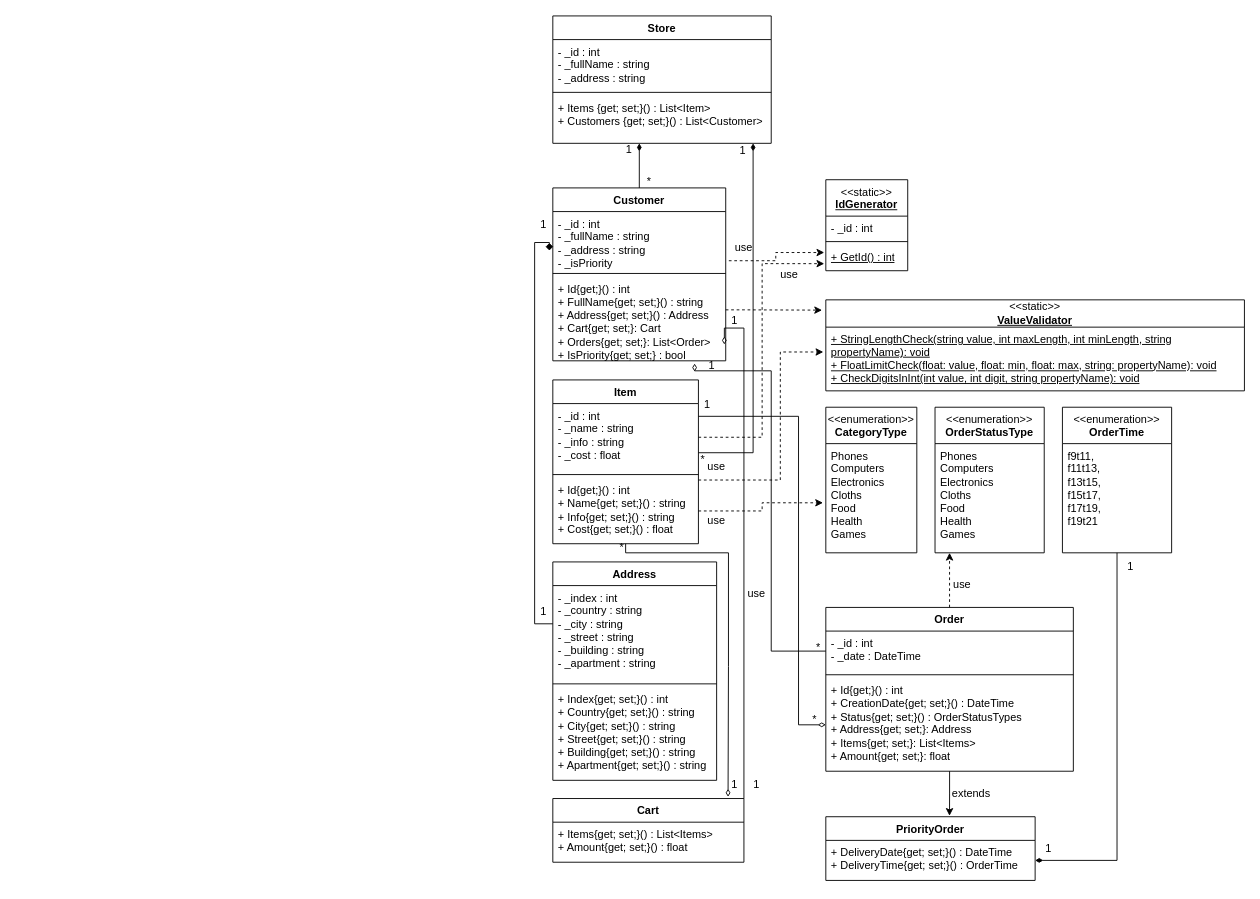
The draw.io diagram oop-winform/Diagram.drawio in antoniocra04/oop-winform, before the edit. Source tidied: cells renumbered, new cells numbered last; positions are measured from the earlier drawing's top-left corner, leaving out a move shared by most shapes. Both pictures are drawn from the tidied source at 91%, with x=0, y=0 at pixel (516, 15).
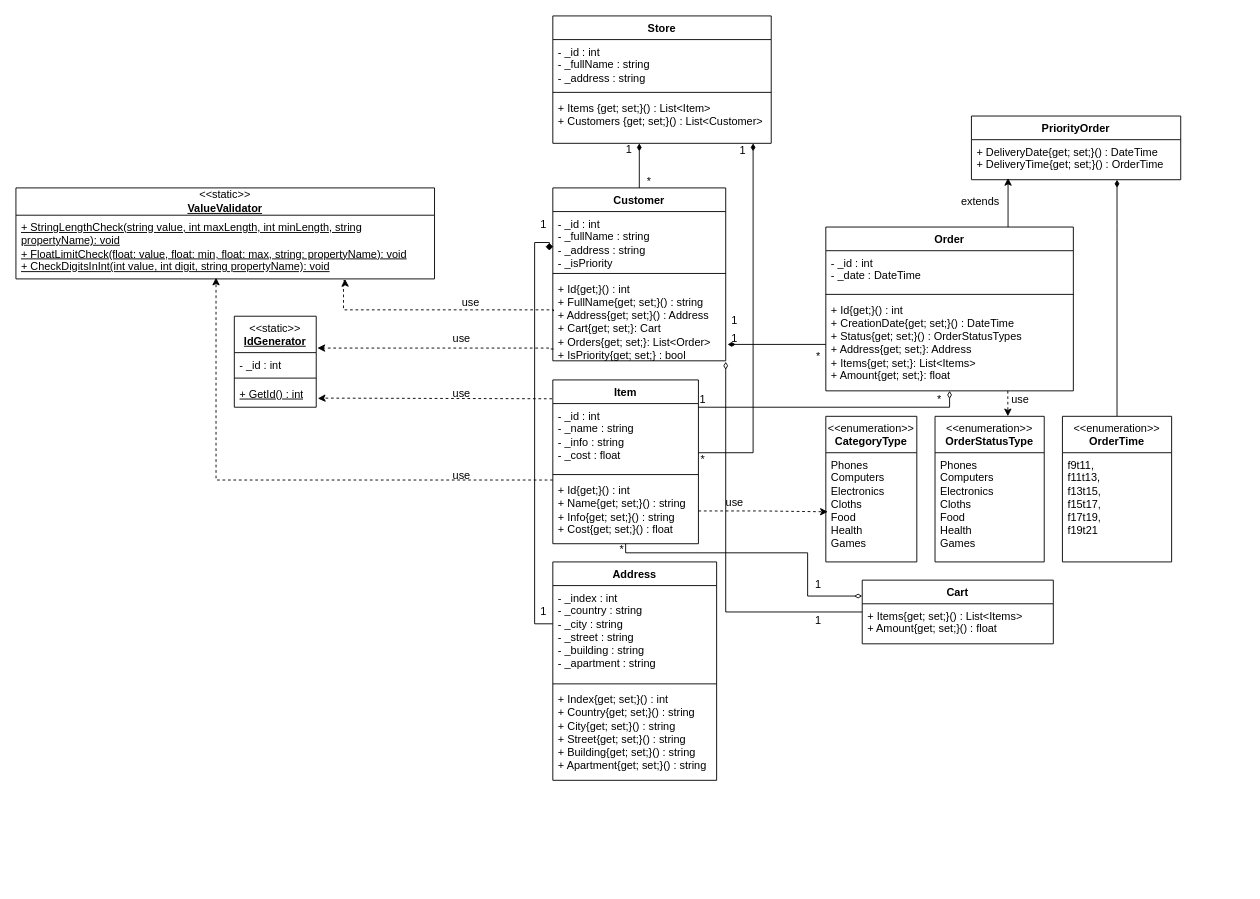
After the change.

Commit message (it also covers changes not shown here):
fix(sln, diagram): исправил замечания, оптимизировал диаграму

The change refers to these unchanged cells:
```xml
<mxCell id="3" value="- _id : int&lt;br&gt;- _fullName : string&lt;br&gt;- _address : string&lt;div&gt;- _isPriority&lt;br&gt;&lt;/div&gt;" style="text;strokeColor=none;fillColor=none;align=left;verticalAlign=top;spacingLeft=4;spacingRight=4;overflow=hidden;points=[[0,0.5],[1,0.5]];portConstraint=eastwest;whiteSpace=wrap;html=1;" parent="2" vertex="1">
  <mxGeometry y="26" width="190" height="64" as="geometry" />
</mxCell>
<mxCell id="5" value="+ Id{get;}() : int&lt;br&gt;+ FullName{get; set;}() : string&lt;br&gt;+ Address{get; set;}() : Address&lt;div&gt;+ Cart{get; set;}: Cart&lt;/div&gt;&lt;div&gt;+ Orders{get; set;}: List&amp;lt;Order&amp;gt;&lt;/div&gt;&lt;div&gt;+ IsPriority{get; set;} : bool&lt;br&gt;&lt;/div&gt;" style="text;strokeColor=none;fillColor=none;align=left;verticalAlign=top;spacingLeft=4;spacingRight=4;overflow=hidden;points=[[0,0.5],[1,0.5]];portConstraint=eastwest;whiteSpace=wrap;html=1;" parent="2" vertex="1">
  <mxGeometry y="98" width="190" height="92" as="geometry" />
</mxCell>
<mxCell id="6" value="Item" style="swimlane;fontStyle=1;align=center;verticalAlign=top;horizontal=1;startSize=26;whiteSpace=wrap;html=1;" parent="1" vertex="1">
  <mxGeometry x="40" y="400" width="160" height="180" as="geometry" />
</mxCell>
<mxCell id="7" value="- _id : int&lt;br&gt;- _name : string&lt;br&gt;- _info : string&lt;br&gt;- _cost : float" style="text;strokeColor=none;fillColor=none;align=left;verticalAlign=top;spacingLeft=4;spacingRight=4;overflow=hidden;points=[[0,0.5],[1,0.5]];portConstraint=eastwest;whiteSpace=wrap;html=1;" parent="6" vertex="1">
  <mxGeometry y="26" width="160" height="74" as="geometry" />
</mxCell>
<mxCell id="9" value="+ Id{get;}() : int&lt;br&gt;+ Name{get; set;}() : string&lt;br&gt;+ Info{get; set;}() : string&lt;br&gt;+ Cost{get; set;}() : float" style="text;strokeColor=none;fillColor=none;align=left;verticalAlign=top;spacingLeft=4;spacingRight=4;overflow=hidden;points=[[0,0.5],[1,0.5]];portConstraint=eastwest;whiteSpace=wrap;html=1;" parent="6" vertex="1">
  <mxGeometry y="108" width="160" height="72" as="geometry" />
</mxCell>
<mxCell id="13" value="&lt;u&gt;+ GetId() : int&lt;/u&gt;" style="text;strokeColor=none;fillColor=none;align=left;verticalAlign=top;spacingLeft=4;spacingRight=4;overflow=hidden;points=[[0,0.5],[1,0.5]];portConstraint=eastwest;whiteSpace=wrap;html=1;" parent="10" vertex="1">
  <mxGeometry y="72" width="90" height="28" as="geometry" />
</mxCell>
<mxCell id="15" value="&lt;div&gt;&lt;u&gt;+ StringLengthCheck(string value, int maxLength, int minLength, string propertyName): void&lt;br&gt;&lt;/u&gt;&lt;/div&gt;&lt;div&gt;&lt;u&gt;+ FloatLimitCheck(float: value, float: min, float: max, string: propertyName): void&lt;br&gt;&lt;/u&gt;&lt;/div&gt;&lt;div&gt;&lt;u&gt;+ CheckDigitsInInt(int value, int digit, string propertyName): void&lt;/u&gt;&lt;br&gt;&lt;/div&gt;" style="text;strokeColor=none;fillColor=none;align=left;verticalAlign=top;spacingLeft=4;spacingRight=4;overflow=hidden;points=[[0,0.5],[1,0.5]];portConstraint=eastwest;whiteSpace=wrap;html=1;" parent="14" vertex="1">
  <mxGeometry y="30" width="460" height="70" as="geometry" />
</mxCell>
<mxCell id="29" value="&lt;div&gt;Phones&lt;/div&gt;&lt;div&gt;Computers&lt;/div&gt;&lt;div&gt;Electronics&lt;/div&gt;&lt;div&gt;Cloths&lt;/div&gt;&lt;div&gt;Food&lt;/div&gt;&lt;div&gt;Health&lt;/div&gt;&lt;div&gt;Games&lt;br&gt;&lt;/div&gt;" style="text;strokeColor=none;fillColor=none;align=left;verticalAlign=top;spacingLeft=4;spacingRight=4;overflow=hidden;points=[[0,0.5],[1,0.5]];portConstraint=eastwest;whiteSpace=wrap;html=1;" parent="28" vertex="1">
  <mxGeometry y="40" width="100" height="120" as="geometry" />
</mxCell>
<mxCell id="48" value="- _id : int&lt;br&gt;- _date : DateTime" style="text;strokeColor=none;fillColor=none;align=left;verticalAlign=top;spacingLeft=4;spacingRight=4;overflow=hidden;points=[[0,0.5],[1,0.5]];portConstraint=eastwest;whiteSpace=wrap;html=1;" parent="47" vertex="1">
  <mxGeometry y="26" width="272" height="44" as="geometry" />
</mxCell>
<mxCell id="50" value="+ Id{get;}() : int&lt;br&gt;+ CreationDate{get; set;}() : DateTime&lt;br&gt;+ Status{get; set;}() : OrderStatusTypes&lt;div&gt;+ Address{get; set;}: Address&lt;/div&gt;&lt;div&gt;+ Items{get; set;}: List&amp;lt;Items&amp;gt;&lt;/div&gt;&lt;div&gt;+ Amount{get; set;}: float&lt;/div&gt;" style="text;strokeColor=none;fillColor=none;align=left;verticalAlign=top;spacingLeft=4;spacingRight=4;overflow=hidden;points=[[0,0.5],[1,0.5]];portConstraint=eastwest;whiteSpace=wrap;html=1;" parent="47" vertex="1">
  <mxGeometry y="78" width="272" height="102" as="geometry" />
</mxCell>
<mxCell id="52" value="&lt;div&gt;Phones&lt;/div&gt;&lt;div&gt;Computers&lt;/div&gt;&lt;div&gt;Electronics&lt;/div&gt;&lt;div&gt;Cloths&lt;/div&gt;&lt;div&gt;Food&lt;/div&gt;&lt;div&gt;Health&lt;/div&gt;&lt;div&gt;Games&lt;br&gt;&lt;/div&gt;" style="text;strokeColor=none;fillColor=none;align=left;verticalAlign=top;spacingLeft=4;spacingRight=4;overflow=hidden;points=[[0,0.5],[1,0.5]];portConstraint=eastwest;whiteSpace=wrap;html=1;" parent="51" vertex="1">
  <mxGeometry y="40" width="120" height="120" as="geometry" />
</mxCell>
<mxCell id="68" value="+ DeliveryDate{get; set;}() : DateTime&lt;br&gt;+ DeliveryTime{get; set;}() : OrderTime" style="text;strokeColor=none;fillColor=none;align=left;verticalAlign=top;spacingLeft=4;spacingRight=4;overflow=hidden;points=[[0,0.5],[1,0.5]];portConstraint=eastwest;whiteSpace=wrap;html=1;" parent="67" vertex="1">
  <mxGeometry y="26" width="230" height="44" as="geometry" />
</mxCell>
```

What changed in the source:
```diff
@@
     <mxCell id="10" value="&lt;span style=&quot;font-weight: normal;&quot;&gt;&amp;lt;&amp;lt;static&amp;gt;&amp;gt;&lt;/span&gt;&lt;br&gt;&lt;u&gt;IdGenerator&lt;/u&gt;" style="swimlane;fontStyle=1;align=center;verticalAlign=top;horizontal=1;startSize=40;whiteSpace=wrap;html=1;" parent="1" vertex="1">
-      <mxGeometry x="340" y="180" width="90" height="100" as="geometry" />
+      <mxGeometry x="-310" y="330" width="90" height="100" as="geometry" />
     </mxCell>
@@
     <mxCell id="14" value="&amp;lt;&amp;lt;static&amp;gt;&amp;gt;&lt;br&gt;&lt;b&gt;&lt;u&gt;ValueValidator&lt;/u&gt;&lt;/b&gt;" style="swimlane;fontStyle=0;horizontal=1;startSize=30;fillColor=none;whiteSpace=wrap;html=1;" parent="1" vertex="1">
-      <mxGeometry x="340" y="312" width="460" height="100" as="geometry" />
+      <mxGeometry x="-550" y="189" width="460" height="100" as="geometry" />
     </mxCell>
@@
-    <mxCell id="16" style="edgeStyle=orthogonalEdgeStyle;rounded=0;jettySize=auto;html=1;entryX=-0.019;entryY=0.286;entryDx=0;entryDy=0;entryPerimeter=0;dashed=1;exitX=1.018;exitY=0.844;exitDx=0;exitDy=0;exitPerimeter=0;" parent="1" edge="1" source="3" target="13">
-      <mxGeometry relative="1" as="geometry" />
+    <mxCell id="16" style="edgeStyle=orthogonalEdgeStyle;rounded=0;jettySize=auto;html=1;entryX=1.014;entryY=0.35;entryDx=0;entryDy=0;entryPerimeter=0;dashed=1;exitX=0.004;exitY=0.859;exitDx=0;exitDy=0;exitPerimeter=0;" parent="1" edge="1" source="5" target="10">
+      <mxGeometry relative="1" as="geometry">
+        <Array as="points">
+          <mxPoint x="36" y="366" />
+          <mxPoint x="-160" y="365" />
+        </Array>
+      </mxGeometry>
     </mxCell>
-    <mxCell id="17" style="edgeStyle=orthogonalEdgeStyle;rounded=0;jettySize=auto;html=1;entryX=-0.009;entryY=0.113;entryDx=0;entryDy=0;entryPerimeter=0;dashed=1;" parent="1" edge="1" source="5" target="14">
+    <mxCell id="17" style="edgeStyle=orthogonalEdgeStyle;rounded=0;jettySize=auto;html=1;entryX=0.786;entryY=1.001;entryDx=0;entryDy=0;entryPerimeter=0;dashed=1;exitX=0.004;exitY=0.406;exitDx=0;exitDy=0;exitPerimeter=0;" parent="1" edge="1" source="5" target="15">
       <mxGeometry relative="1" as="geometry">
         <Array as="points">
-          <mxPoint x="250" y="323" />
-          <mxPoint x="250" y="323" />
+          <mxPoint x="41" y="323" />
+          <mxPoint x="-190" y="323" />
+          <mxPoint x="-190" y="291" />
+          <mxPoint x="-188" y="291" />
         </Array>
       </mxGeometry>
     </mxCell>
-    <mxCell id="18" style="edgeStyle=orthogonalEdgeStyle;rounded=0;jettySize=auto;html=1;entryX=-0.006;entryY=0.39;entryDx=0;entryDy=0;entryPerimeter=0;dashed=1;" parent="1" edge="1" source="9" target="15">
+    <mxCell id="18" style="edgeStyle=orthogonalEdgeStyle;rounded=0;jettySize=auto;html=1;dashed=1;entryX=0.478;entryY=0.98;entryDx=0;entryDy=0;entryPerimeter=0;" parent="1" edge="1" source="9" target="15">
       <mxGeometry relative="1" as="geometry">
         <Array as="points">
-          <mxPoint x="290" y="510" />
-          <mxPoint x="290" y="369" />
+          <mxPoint x="-330" y="510" />
         </Array>
       </mxGeometry>
     </mxCell>
-    <mxCell id="19" style="edgeStyle=orthogonalEdgeStyle;rounded=0;jettySize=auto;html=1;entryX=-0.019;entryY=0.723;entryDx=0;entryDy=0;dashed=1;entryPerimeter=0;" parent="1" edge="1" source="7" target="13">
-      <mxGeometry relative="1" as="geometry" />
+    <mxCell id="19" style="edgeStyle=orthogonalEdgeStyle;rounded=0;jettySize=auto;html=1;entryX=1.019;entryY=0.655;entryDx=0;entryDy=0;dashed=1;entryPerimeter=0;exitX=-0.005;exitY=0.115;exitDx=0;exitDy=0;exitPerimeter=0;" parent="1" edge="1" source="6" target="13">
+      <mxGeometry relative="1" as="geometry">
+        <Array as="points">
+          <mxPoint x="37" y="421" />
+          <mxPoint x="-210" y="420" />
+          <mxPoint x="-210" y="390" />
+        </Array>
+      </mxGeometry>
     </mxCell>
     <mxCell id="20" value="use" style="text;html=1;align=center;verticalAlign=middle;whiteSpace=wrap;rounded=0;" parent="1" vertex="1">
-      <mxGeometry x="190" y="480" width="60" height="30" as="geometry" />
+      <mxGeometry x="-90" y="490" width="60" height="30" as="geometry" />
     </mxCell>
     <mxCell id="21" value="use" style="text;html=1;align=center;verticalAlign=middle;whiteSpace=wrap;rounded=0;" parent="1" vertex="1">
-      <mxGeometry x="220" y="240" width="60" height="30" as="geometry" />
+      <mxGeometry x="-90" y="340" width="60" height="30" as="geometry" />
     </mxCell>
     <mxCell id="22" value="use" style="text;html=1;align=center;verticalAlign=middle;whiteSpace=wrap;rounded=0;" parent="1" vertex="1">
-      <mxGeometry x="270" y="270" width="60" height="30" as="geometry" />
+      <mxGeometry x="-80" y="300" width="60" height="30" as="geometry" />
     </mxCell>
@@
     <mxCell id="28" value="&lt;span style=&quot;font-weight: normal;&quot;&gt;&amp;lt;&amp;lt;enumeration&amp;gt;&amp;gt;&lt;/span&gt;&lt;br&gt;CategoryType" style="swimlane;fontStyle=1;align=center;verticalAlign=top;horizontal=1;startSize=40;whiteSpace=wrap;html=1;" parent="1" vertex="1">
-      <mxGeometry x="340" y="430" width="100" height="160" as="geometry" />
+      <mxGeometry x="340" y="440" width="100" height="160" as="geometry" />
     </mxCell>
@@
-    <mxCell id="31" style="edgeStyle=orthogonalEdgeStyle;rounded=0;jettySize=auto;html=1;entryX=-0.031;entryY=0.542;entryDx=0;entryDy=0;entryPerimeter=0;dashed=1;" parent="1" edge="1" source="9" target="29">
+    <mxCell id="31" style="edgeStyle=orthogonalEdgeStyle;rounded=0;jettySize=auto;html=1;entryX=0.022;entryY=0.541;entryDx=0;entryDy=0;entryPerimeter=0;dashed=1;" parent="1" edge="1" source="9" target="29">
       <mxGeometry relative="1" as="geometry" />
     </mxCell>
     <mxCell id="32" value="use" style="text;html=1;align=center;verticalAlign=middle;whiteSpace=wrap;rounded=0;" parent="1" vertex="1">
-      <mxGeometry x="190" y="540" width="60" height="30" as="geometry" />
+      <mxGeometry x="210" y="520" width="60" height="30" as="geometry" />
     </mxCell>
@@
     <mxCell id="44" value="Cart" style="swimlane;fontStyle=1;align=center;verticalAlign=top;horizontal=1;startSize=26;whiteSpace=wrap;html=1;" parent="1" vertex="1">
-      <mxGeometry x="40" y="860" width="210" height="70" as="geometry" />
+      <mxGeometry x="380" y="620" width="210" height="70" as="geometry" />
     </mxCell>
@@
-    <mxCell id="46" style="edgeStyle=orthogonalEdgeStyle;rounded=0;jettySize=auto;html=1;entryX=0.133;entryY=1;entryDx=0;entryDy=0;entryPerimeter=0;dashed=1;" parent="1" edge="1" source="47" target="52">
-      <mxGeometry relative="1" as="geometry" />
-    </mxCell>
     <mxCell id="47" value="Order" style="swimlane;fontStyle=1;align=center;verticalAlign=top;horizontal=1;startSize=26;whiteSpace=wrap;html=1;" parent="1" vertex="1">
-      <mxGeometry x="340" y="650" width="272" height="180" as="geometry" />
+      <mxGeometry x="340" y="232" width="272" height="180" as="geometry" />
     </mxCell>
@@
     <mxCell id="51" value="&lt;span style=&quot;font-weight: normal;&quot;&gt;&amp;lt;&amp;lt;enumeration&amp;gt;&amp;gt;&lt;/span&gt;&lt;br&gt;OrderStatusType" style="swimlane;fontStyle=1;align=center;verticalAlign=top;horizontal=1;startSize=40;whiteSpace=wrap;html=1;" parent="1" vertex="1">
-      <mxGeometry x="460" y="430" width="120" height="160" as="geometry" />
+      <mxGeometry x="460" y="440" width="120" height="160" as="geometry" />
     </mxCell>
@@
     <mxCell id="53" value="use" style="text;html=1;align=center;verticalAlign=middle;whiteSpace=wrap;rounded=0;" parent="1" vertex="1">
-      <mxGeometry x="460" y="610" width="60" height="30" as="geometry" />
+      <mxGeometry x="524" y="407" width="60" height="30" as="geometry" />
     </mxCell>
     <mxCell id="54" value="use" style="text;html=1;align=center;verticalAlign=middle;whiteSpace=wrap;rounded=0;" parent="1" vertex="1">
-      <mxGeometry x="234" y="620" width="60" height="30" as="geometry" />
+      <mxGeometry x="-90" y="400" width="60" height="30" as="geometry" />
     </mxCell>
@@
     <mxCell id="56" value="1" style="text;html=1;align=center;verticalAlign=middle;whiteSpace=wrap;rounded=0;" parent="1" vertex="1">
-      <mxGeometry x="249" y="830" width="30" height="30" as="geometry" />
+      <mxGeometry x="317" y="610" width="30" height="30" as="geometry" />
     </mxCell>
     <mxCell id="57" value="*" style="text;html=1;align=center;verticalAlign=middle;whiteSpace=wrap;rounded=0;" parent="1" vertex="1">
-      <mxGeometry x="313" y="758" width="30" height="30" as="geometry" />
+      <mxGeometry x="317" y="360" width="30" height="30" as="geometry" />
     </mxCell>
     <mxCell id="58" value="1" style="text;html=1;align=center;verticalAlign=middle;whiteSpace=wrap;rounded=0;" parent="1" vertex="1">
-      <mxGeometry x="195" y="412" width="30" height="30" as="geometry" />
+      <mxGeometry x="190" y="407" width="30" height="30" as="geometry" />
     </mxCell>
     <mxCell id="59" style="edgeStyle=orthogonalEdgeStyle;rounded=0;jettySize=auto;html=1;endArrow=diamondThin;endFill=0;" parent="1" edge="1" source="7" target="50">
       <mxGeometry relative="1" as="geometry">
         <Array as="points">
-          <mxPoint x="310" y="440" />
-          <mxPoint x="310" y="779" />
+          <mxPoint x="476" y="430" />
         </Array>
       </mxGeometry>
     </mxCell>
-    <mxCell id="60" style="edgeStyle=orthogonalEdgeStyle;rounded=0;jettySize=auto;html=1;entryX=0.992;entryY=0.805;entryDx=0;entryDy=0;entryPerimeter=0;endArrow=diamondThin;endFill=0;" parent="1" edge="1" source="44" target="5">
+    <mxCell id="60" style="edgeStyle=orthogonalEdgeStyle;rounded=0;jettySize=auto;html=1;endArrow=diamondThin;endFill=0;" parent="1" edge="1" source="44">
       <mxGeometry relative="1" as="geometry">
+        <mxPoint x="230" y="380" as="targetPoint" />
         <Array as="points">
-          <mxPoint x="250" y="343" />
+          <mxPoint x="230" y="655" />
         </Array>
       </mxGeometry>
     </mxCell>
-    <mxCell id="61" style="edgeStyle=orthogonalEdgeStyle;rounded=0;jettySize=auto;html=1;entryX=0.917;entryY=-0.026;entryDx=0;entryDy=0;entryPerimeter=0;endArrow=diamondThin;endFill=0;" parent="1" edge="1" source="6" target="44">
+    <mxCell id="61" style="edgeStyle=orthogonalEdgeStyle;rounded=0;jettySize=auto;html=1;entryX=0;entryY=0.25;entryDx=0;entryDy=0;endArrow=diamondThin;endFill=0;" parent="1" edge="1" source="6" target="44">
       <mxGeometry relative="1" as="geometry">
         <Array as="points">
           <mxPoint x="120" y="590" />
-          <mxPoint x="233" y="590" />
-          <mxPoint x="233" y="715" />
-          <mxPoint x="233" y="715" />
+          <mxPoint x="320" y="590" />
+          <mxPoint x="320" y="638" />
         </Array>
       </mxGeometry>
     </mxCell>
     <mxCell id="62" value="*" style="text;html=1;align=center;verticalAlign=middle;whiteSpace=wrap;rounded=0;" parent="1" vertex="1">
-      <mxGeometry x="101" y="570" width="30" height="30" as="geometry" />
+      <mxGeometry x="101" y="572" width="30" height="30" as="geometry" />
     </mxCell>
     <mxCell id="63" value="1" style="text;html=1;align=center;verticalAlign=middle;whiteSpace=wrap;rounded=0;" parent="1" vertex="1">
-      <mxGeometry x="225" y="830" width="30" height="30" as="geometry" />
+      <mxGeometry x="317" y="650" width="30" height="30" as="geometry" />
     </mxCell>
-    <mxCell id="64" style="edgeStyle=orthogonalEdgeStyle;rounded=0;jettySize=auto;html=1;entryX=0.82;entryY=1.032;entryDx=0;entryDy=0;entryPerimeter=0;endArrow=diamondThin;endFill=0;" parent="1" edge="1" source="48" target="5">
-      <mxGeometry relative="1" as="geometry">
-        <Array as="points">
-          <mxPoint x="280" y="698" />
-          <mxPoint x="280" y="390" />
-          <mxPoint x="196" y="390" />
-        </Array>
-      </mxGeometry>
-    </mxCell>
     <mxCell id="65" value="1" style="text;html=1;align=center;verticalAlign=middle;whiteSpace=wrap;rounded=0;" parent="1" vertex="1">
-      <mxGeometry x="200" y="370" width="30" height="30" as="geometry" />
+      <mxGeometry x="225" y="340" width="30" height="30" as="geometry" />
     </mxCell>
     <mxCell id="66" value="*" style="text;html=1;align=center;verticalAlign=middle;whiteSpace=wrap;rounded=0;" parent="1" vertex="1">
-      <mxGeometry x="317" y="679" width="30" height="30" as="geometry" />
+      <mxGeometry x="450" y="407" width="30" height="30" as="geometry" />
     </mxCell>
     <mxCell id="67" value="PriorityOrder" style="swimlane;fontStyle=1;align=center;verticalAlign=top;horizontal=1;startSize=26;whiteSpace=wrap;html=1;" parent="1" vertex="1">
-      <mxGeometry x="340" y="880" width="230" height="70" as="geometry" />
+      <mxGeometry x="500" y="110" width="230" height="70" as="geometry" />
     </mxCell>
@@
-    <mxCell id="69" style="edgeStyle=orthogonalEdgeStyle;rounded=0;jettySize=auto;html=1;entryX=0.591;entryY=-0.014;entryDx=0;entryDy=0;entryPerimeter=0;" parent="1" edge="1" source="47" target="67">
-      <mxGeometry relative="1" as="geometry" />
+    <mxCell id="69" style="edgeStyle=orthogonalEdgeStyle;rounded=0;jettySize=auto;html=1;entryX=0.175;entryY=0.956;entryDx=0;entryDy=0;entryPerimeter=0;" parent="1" edge="1" source="47" target="68">
+      <mxGeometry relative="1" as="geometry">
+        <Array as="points">
+          <mxPoint x="540" y="178" />
+        </Array>
+      </mxGeometry>
     </mxCell>
     <mxCell id="70" value="extends" style="text;html=1;align=center;verticalAlign=middle;whiteSpace=wrap;rounded=0;" parent="1" vertex="1">
-      <mxGeometry x="470" y="840" width="60" height="30" as="geometry" />
+      <mxGeometry x="480" y="189" width="60" height="30" as="geometry" />
     </mxCell>
     <mxCell id="71" style="edgeStyle=orthogonalEdgeStyle;rounded=0;jettySize=auto;html=1;endArrow=diamondThin;endFill=1;" parent="1" edge="1" source="72" target="68">
-      <mxGeometry relative="1" as="geometry" />
+      <mxGeometry relative="1" as="geometry">
+        <Array as="points">
+          <mxPoint x="660" y="230" />
+          <mxPoint x="660" y="230" />
+        </Array>
+      </mxGeometry>
     </mxCell>
     <mxCell id="72" value="&lt;span style=&quot;font-weight: normal;&quot;&gt;&amp;lt;&amp;lt;enumeration&amp;gt;&amp;gt;&lt;/span&gt;&lt;br&gt;OrderTime" style="swimlane;fontStyle=1;align=center;verticalAlign=top;horizontal=1;startSize=40;whiteSpace=wrap;html=1;" parent="1" vertex="1">
-      <mxGeometry x="600" y="430" width="120" height="160" as="geometry" />
+      <mxGeometry x="600" y="440" width="120" height="160" as="geometry" />
     </mxCell>
@@
-    <mxCell id="74" value="1" style="text;html=1;align=center;verticalAlign=middle;whiteSpace=wrap;rounded=0;" parent="1" vertex="1">
-      <mxGeometry x="660" y="590" width="30" height="30" as="geometry" />
-    </mxCell>
-    <mxCell id="75" value="1" style="text;html=1;align=center;verticalAlign=middle;whiteSpace=wrap;rounded=0;" parent="1" vertex="1">
-      <mxGeometry x="570" y="900" width="30" height="30" as="geometry" />
-    </mxCell>
+    <mxCell id="76" style="edgeStyle=orthogonalEdgeStyle;rounded=0;jettySize=auto;html=1;entryX=1.011;entryY=0.804;entryDx=0;entryDy=0;entryPerimeter=0;endArrow=diamondThin;endFill=1;" parent="1" edge="1" source="50" target="5">
+      <mxGeometry relative="1" as="geometry" />
+    </mxCell>
+    <mxCell id="77" style="edgeStyle=orthogonalEdgeStyle;rounded=0;jettySize=auto;html=1;entryX=0.667;entryY=0;entryDx=0;entryDy=0;entryPerimeter=0;dashed=1;" parent="1" edge="1" source="50" target="51">
+      <mxGeometry relative="1" as="geometry">
+        <Array as="points">
+          <mxPoint x="540" y="420" />
+          <mxPoint x="540" y="420" />
+        </Array>
+      </mxGeometry>
+    </mxCell>
```
